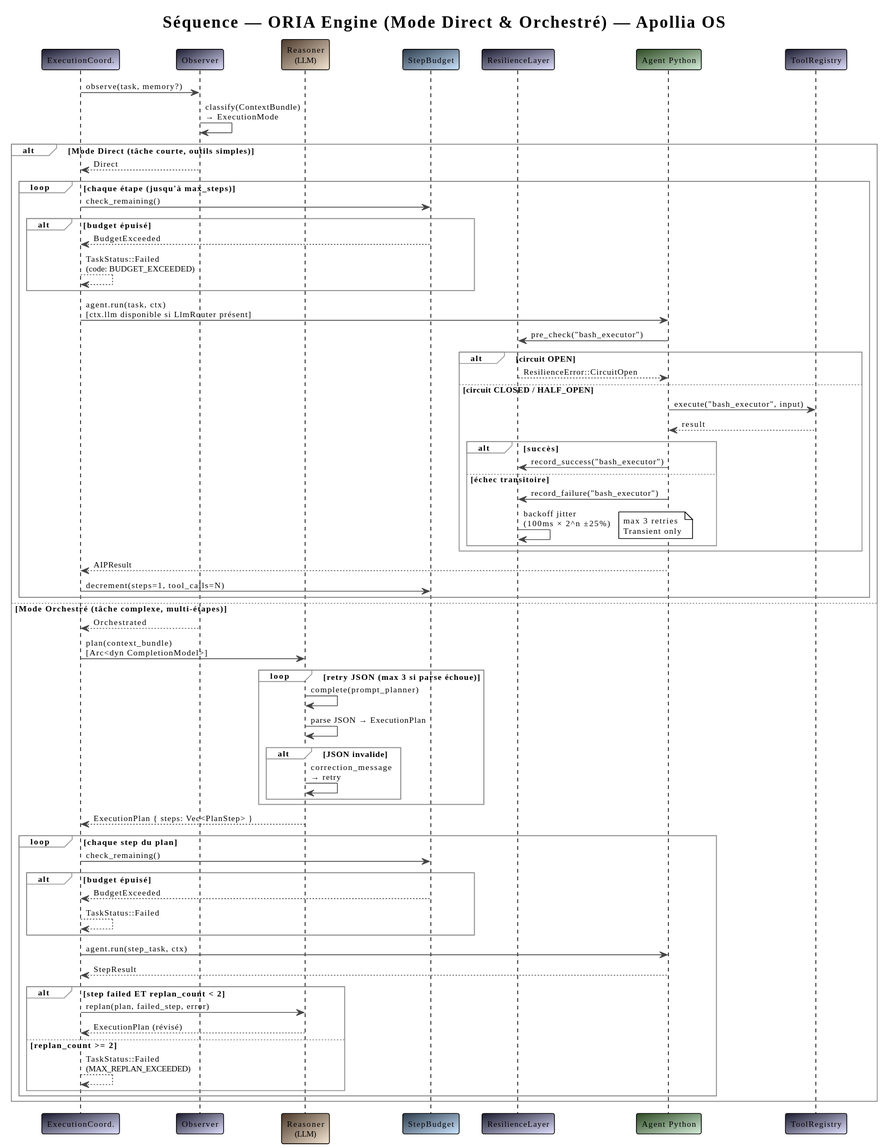
Above: book/src/architecture/diagrams/seq-oria-loop.svg in nidal-z/apollia-os (PlantUML), before the change. The source it was exported from:
```plantuml
@startuml
!theme plain
skinparam backgroundColor #FFFFFF
skinparam defaultFontName "JetBrains Mono"
skinparam defaultFontSize 11
skinparam ArrowColor #444444
skinparam BorderColor #444444
skinparam SequenceGroupBorderColor #888888

title Séquence — ORIA Engine (Mode Direct & Orchestré) — Apollia OS

participant "ExecutionCoord." as coord #1a1a2e/e0e0ff
participant "Observer" as obs #1a1a2e/e0e0ff
participant "Reasoner\n(LLM)" as reasoner #4a3728/f5e6d3
participant "StepBudget" as budget #2a3a4a/cce5ff
participant "ResilienceLayer" as resilience #1a1a2e/e0e0ff
participant "Agent Python" as agent #2d4a22/d4edda
participant "ToolRegistry" as tools #1a1a2e/e0e0ff

coord -> obs : observe(task, memory?)

obs -> obs : classify(ContextBundle)\n→ ExecutionMode

alt Mode Direct (tâche courte, outils simples)

  obs --> coord : Direct

  loop chaque étape (jusqu'à max_steps)
    coord -> budget : check_remaining()

    alt budget épuisé
      budget --> coord : BudgetExceeded
      coord --> coord : TaskStatus::Failed\n(code: BUDGET_EXCEEDED)
    end

    coord -> agent : agent.run(task, ctx)\n[ctx.llm disponible si LlmRouter présent]
    agent -> resilience : pre_check("bash_executor")

    alt circuit OPEN
      resilience --> agent : ResilienceError::CircuitOpen
    else circuit CLOSED / HALF_OPEN
      agent -> tools : execute("bash_executor", input)
      tools --> agent : result

      alt succès
        agent -> resilience : record_success("bash_executor")
      else échec transitoire
        agent -> resilience : record_failure("bash_executor")
        resilience -> resilience : backoff jitter\n(100ms × 2^n ±25%)
        note right : max 3 retries\nTransient only
      end
    end

    agent --> coord : AIPResult
    coord -> budget : decrement(steps=1, tool_calls=N)
  end

else Mode Orchestré (tâche complexe, multi-étapes)

  obs --> coord : Orchestrated

  coord -> reasoner : plan(context_bundle)\n[Arc<dyn CompletionModel>]

  loop retry JSON (max 3 si parse échoue)
    reasoner -> reasoner : complete(prompt_planner)
    reasoner -> reasoner : parse JSON → ExecutionPlan
    alt JSON invalide
      reasoner -> reasoner : correction_message\n→ retry
    end
  end

  reasoner --> coord : ExecutionPlan { steps: Vec<PlanStep> }

  loop chaque step du plan
    coord -> budget : check_remaining()

    alt budget épuisé
      budget --> coord : BudgetExceeded
      coord --> coord : TaskStatus::Failed
    end

    coord -> agent : agent.run(step_task, ctx)
    agent --> coord : StepResult

    alt step failed ET replan_count < 2
      coord -> reasoner : replan(plan, failed_step, error)
      reasoner --> coord : ExecutionPlan (révisé)
    else replan_count >= 2
      coord --> coord : TaskStatus::Failed\n(MAX_REPLAN_EXCEEDED)
    end
  end

end
@enduml
```
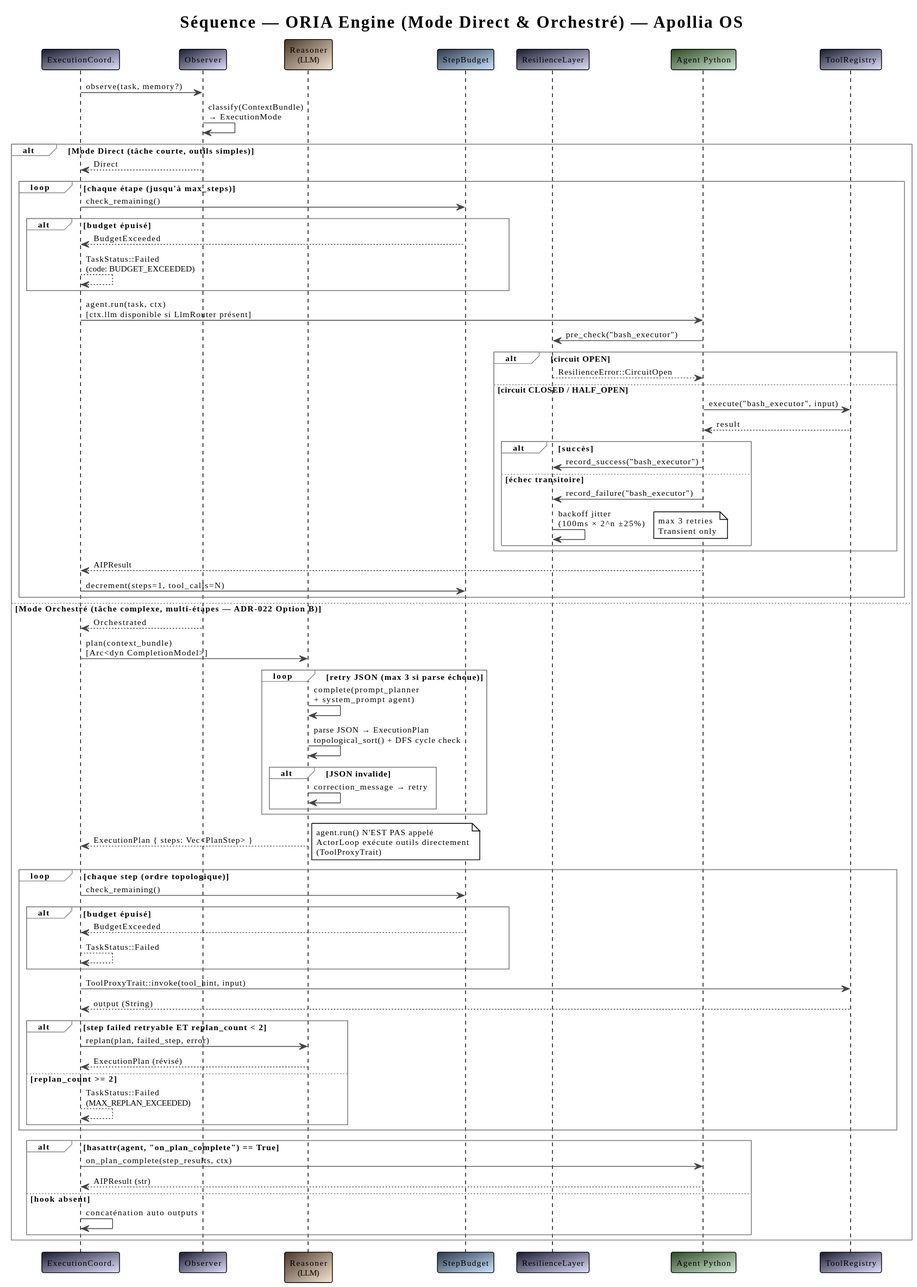
After the commit.

What changed in the source:
```diff
@@ -55,23 +55,24 @@
     coord -> budget : decrement(steps=1, tool_calls=N)
   end
 
-else Mode Orchestré (tâche complexe, multi-étapes)
+else Mode Orchestré (tâche complexe, multi-étapes — ADR-022 Option B)
 
   obs --> coord : Orchestrated
 
   coord -> reasoner : plan(context_bundle)\n[Arc<dyn CompletionModel>]
 
   loop retry JSON (max 3 si parse échoue)
-    reasoner -> reasoner : complete(prompt_planner)
-    reasoner -> reasoner : parse JSON → ExecutionPlan
+    reasoner -> reasoner : complete(prompt_planner\n+ system_prompt agent)
+    reasoner -> reasoner : parse JSON → ExecutionPlan\ntopological_sort() + DFS cycle check
     alt JSON invalide
-      reasoner -> reasoner : correction_message\n→ retry
+      reasoner -> reasoner : correction_message → retry
     end
   end
 
   reasoner --> coord : ExecutionPlan { steps: Vec<PlanStep> }
+  note right : agent.run() N'EST PAS appelé\nActorLoop exécute outils directement\n(ToolProxyTrait)
 
-  loop chaque step du plan
+  loop chaque step (ordre topologique)
     coord -> budget : check_remaining()
 
     alt budget épuisé
@@ -79,10 +80,10 @@
       coord --> coord : TaskStatus::Failed
     end
 
-    coord -> agent : agent.run(step_task, ctx)
-    agent --> coord : StepResult
+    coord -> tools : ToolProxyTrait::invoke(tool_hint, input)
+    tools --> coord : output (String)
 
-    alt step failed ET replan_count < 2
+    alt step failed retryable ET replan_count < 2
       coord -> reasoner : replan(plan, failed_step, error)
       reasoner --> coord : ExecutionPlan (révisé)
     else replan_count >= 2
@@ -90,5 +91,12 @@
     end
   end
 
+  alt hasattr(agent, "on_plan_complete") == True
+    coord -> agent : on_plan_complete(step_results, ctx)
+    agent --> coord : AIPResult (str)
+  else hook absent
+    coord -> coord : concaténation auto outputs
+  end
+
 end
 @enduml
```
